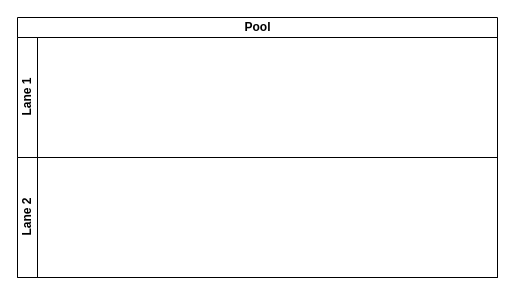
Above: SGBCZ Quoation.drawio in Iswariya-LMNAs/Diagrams (draw.io), before the change. Source tidied: cells renumbered, new cells numbered last; positions are measured from the earlier drawing's top-left corner, leaving out a move shared by most shapes. Both pictures are drawn from the tidied source at 100%, with x=0, y=0 at pixel (17, 17).
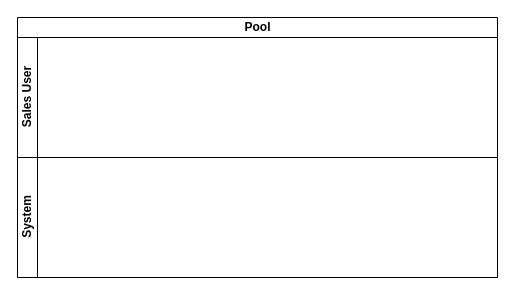
The same page after the edit.

What changed in the source:
```diff
@@
 <mxGraphModel>
   <root>
     <mxCell id="0" />
     <mxCell id="1" parent="0" />
     <mxCell id="2" value="Pool" style="swimlane;horizontal=1;startSize=20;html=1;" parent="1" vertex="1">
       <mxGeometry width="480" height="260" as="geometry" />
     </mxCell>
-    <mxCell id="3" value="Lane 1" style="swimlane;startSize=20;horizontal=0;html=1;" parent="2" vertex="1">
+    <mxCell id="3" value="Sales User" style="swimlane;startSize=20;horizontal=0;html=1;" parent="2" vertex="1">
       <mxGeometry y="20" width="480" height="120" as="geometry" />
     </mxCell>
-    <mxCell id="4" value="Lane 2" style="swimlane;startSize=20;horizontal=0;html=1;" parent="2" vertex="1">
+    <mxCell id="4" value="&lt;strong&gt;System&lt;/strong&gt;" style="swimlane;startSize=20;horizontal=0;html=1;" parent="2" vertex="1">
       <mxGeometry y="140" width="480" height="120" as="geometry" />
     </mxCell>
   </root>
 </mxGraphModel>
```
